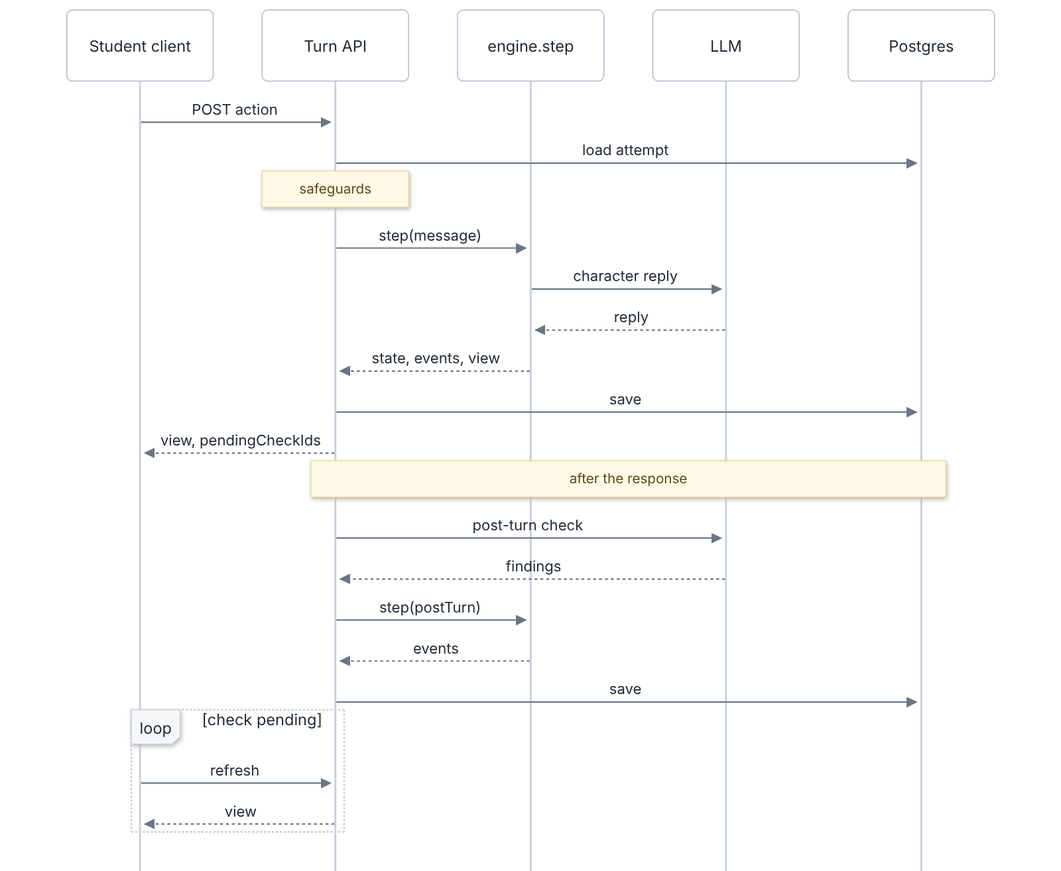
The Mermaid diagram docs/diagrams/png/d3-play-sequence.png in damiancxliew/CS3216_Assignment3, before a commit. Its source is kept beside it as docs/diagrams/d3-play-sequence.mmd.
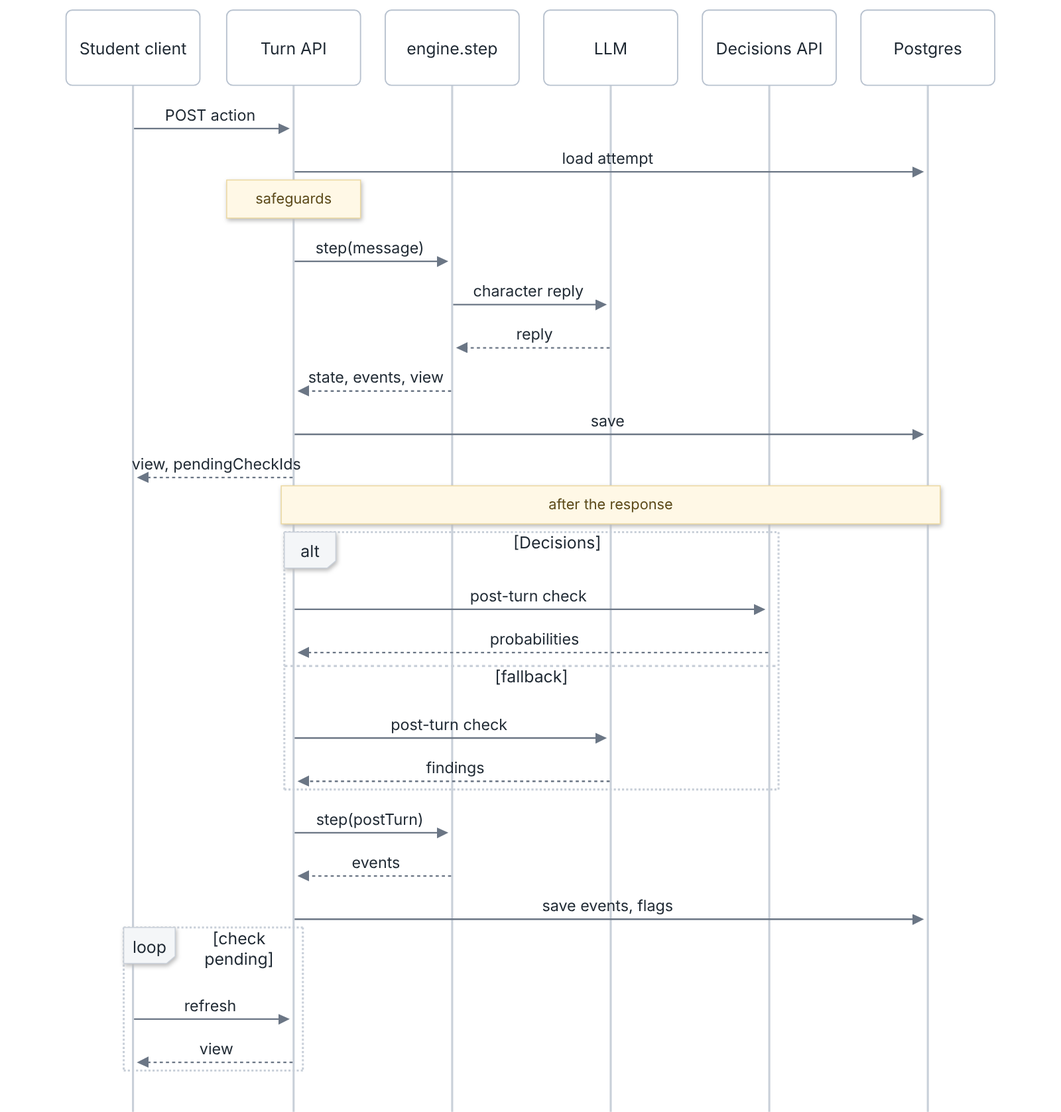
Above is the later version.

Commit message:
docs: update D1, D3, D5 and notes for Decisions post-turn check and severity flags (PR #397)

The edit, as a diff of the source:
```diff
@@ -1,8 +1,10 @@
+%%{init: {"sequence": {"actorMargin": 24, "width": 130}}}%%
 sequenceDiagram
   participant C as Student client
   participant API as Turn API
   participant ENG as engine.step
   participant LLM as LLM
+  participant DEC as Decisions API
   participant DB as Postgres
 
   C->>API: POST action
@@ -16,11 +18,16 @@
   API-->>C: view, pendingCheckIds
 
   Note over API,DB: after the response
-  API->>LLM: post-turn check
-  LLM-->>API: findings
+  alt Decisions
+    API->>DEC: post-turn check
+    DEC-->>API: probabilities
+  else fallback
+    API->>LLM: post-turn check
+    LLM-->>API: findings
+  end
   API->>ENG: step(postTurn)
   ENG-->>API: events
-  API->>DB: save
+  API->>DB: save events, flags
 
   loop check pending
     C->>API: refresh
```
